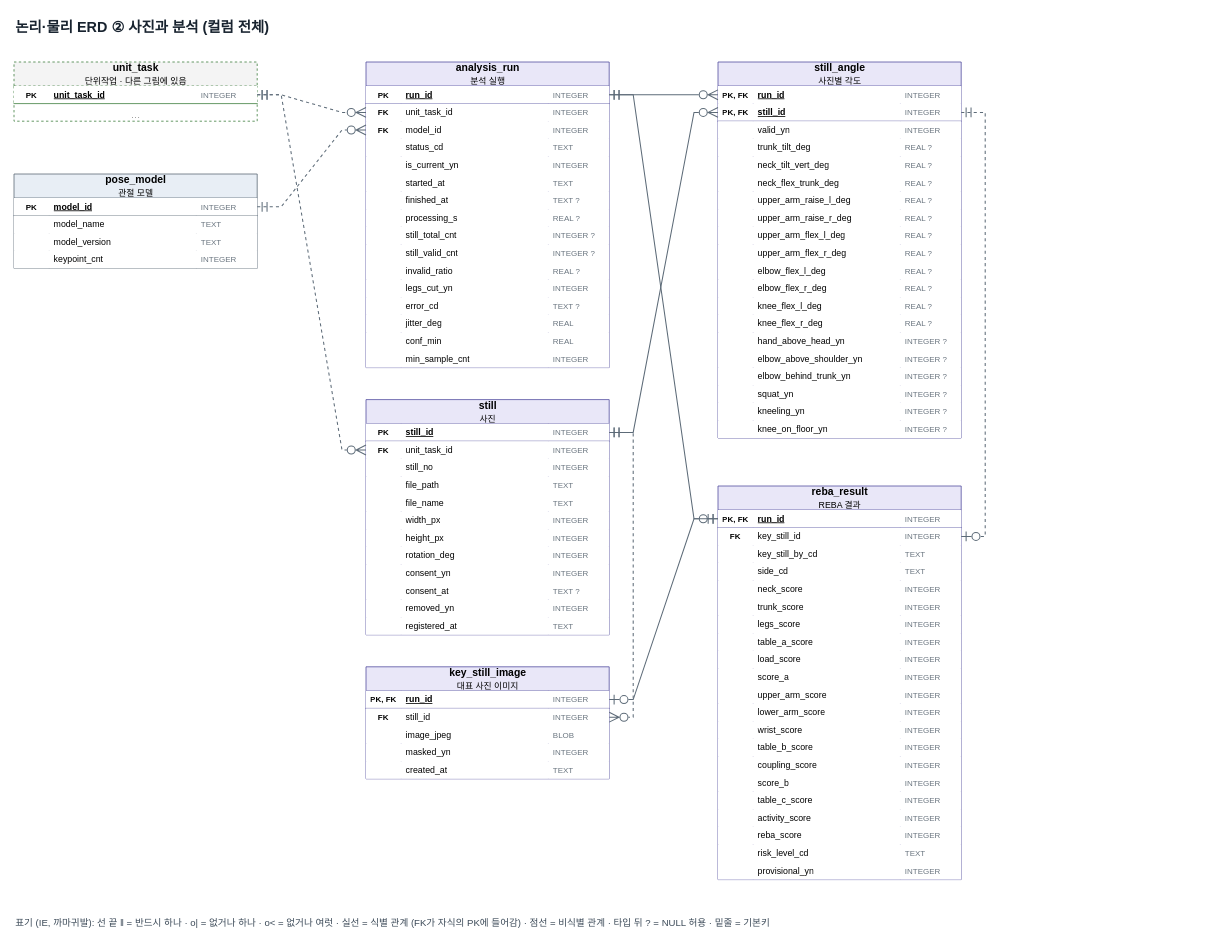
Above: page "3 사진과 분석" (4 of 5) of docs/ERD.drawio in LOCO-KOREA/LOCO (draw.io), before the change. Source tidied: cells renumbered, new cells numbered last; positions are measured from the earlier drawing's top-left corner, leaving out a move shared by most shapes. Both pictures are drawn from the tidied source at 80%, with x=0, y=0 at pixel (14, 14).
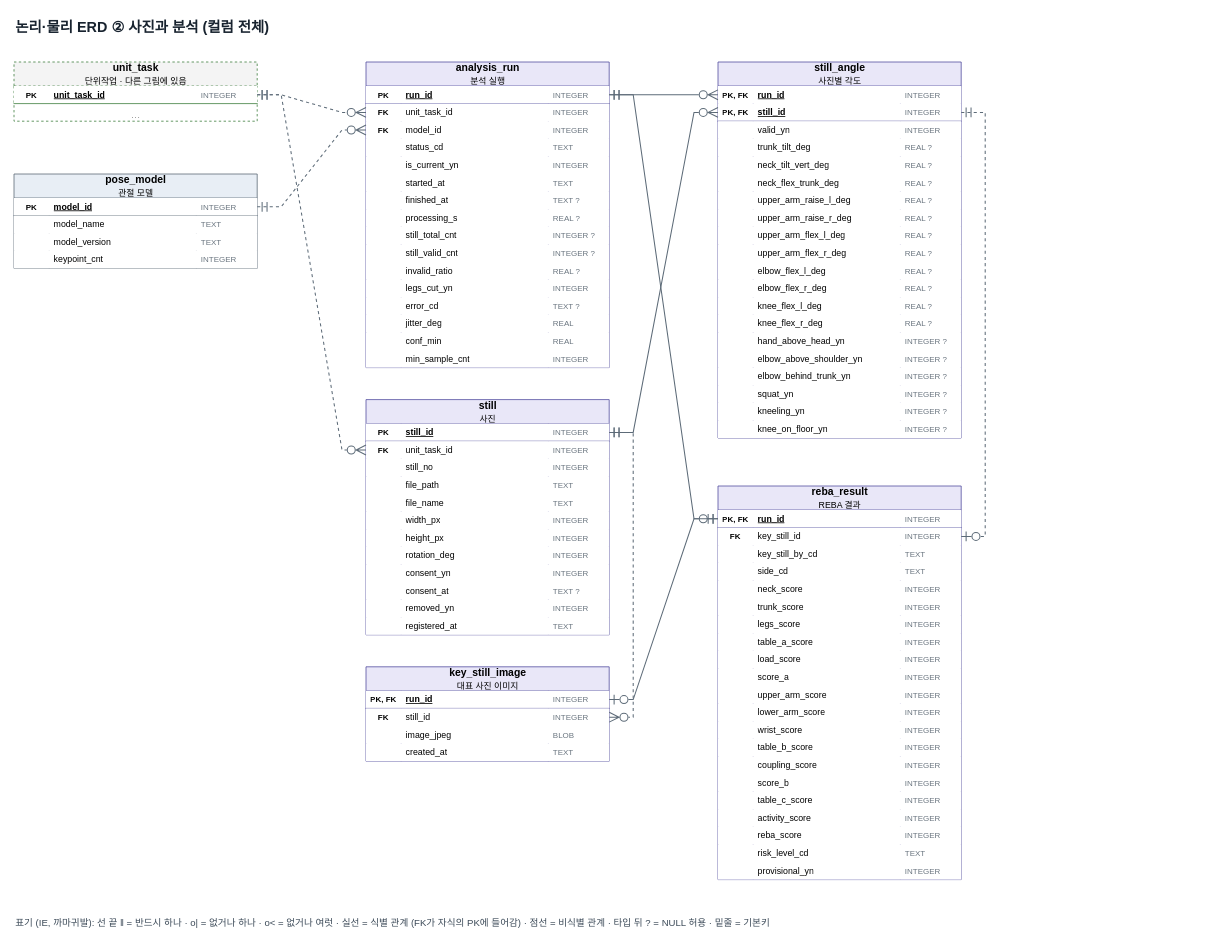
After the change.

What changed in the source:
```diff
@@
     <mxCell id="139" value="key_still_image&lt;br&gt;&lt;span style=&quot;font-weight:normal;font-size:11px&quot;&gt;대표 사진 이미지&lt;/span&gt;" style="shape=table;startSize=30;childLayout=tableLayout;rowLines=0;fontStyle=1;align=center;html=1;fillColor=#E9E7F8;strokeColor=#5550A0;fontSize=13;swimlaneFillColor=#FFFFFF;" parent="1" vertex="1">
-      <mxGeometry x="440" y="816" width="304" height="140" as="geometry" />
+      <mxGeometry x="440" y="816" width="304" height="118" as="geometry" />
     </mxCell>
@@
-    <mxCell id="152" style="shape=tableRow;horizontal=0;startSize=0;swimlaneHead=0;swimlaneBody=0;fillColor=#FFFFFF;top=0;left=0;right=0;bottom=0;html=1;strokeColor=#5550A0;" parent="139" vertex="1">
-      <mxGeometry y="96" width="304" height="22" as="geometry" />
-    </mxCell>
-    <mxCell id="153" style="shape=partialRectangle;fillColor=none;top=0;left=0;bottom=0;right=0;overflow=hidden;whiteSpace=wrap;html=1;fontStyle=1;fontSize=10;align=center;" parent="152" vertex="1">
-      <mxGeometry width="44" height="22" as="geometry" />
-    </mxCell>
-    <mxCell id="154" value="masked_yn" style="shape=partialRectangle;fillColor=none;top=0;left=0;bottom=0;right=0;overflow=hidden;whiteSpace=wrap;html=1;align=left;spacingLeft=4;fontSize=11;fontStyle=0;" parent="152" vertex="1">
-      <mxGeometry x="44" width="184" height="22" as="geometry" />
-    </mxCell>
-    <mxCell id="155" value="INTEGER" style="shape=partialRectangle;fillColor=none;top=0;left=0;bottom=0;right=0;overflow=hidden;whiteSpace=wrap;html=1;align=left;spacingLeft=4;fontSize=10;fontColor=#6B7680;" parent="152" vertex="1">
-      <mxGeometry x="228" width="76" height="22" as="geometry" />
-    </mxCell>
     <mxCell id="156" style="shape=tableRow;horizontal=0;startSize=0;swimlaneHead=0;swimlaneBody=0;fillColor=#FFFFFF;top=0;left=0;right=0;bottom=0;html=1;strokeColor=#5550A0;" parent="139" vertex="1">
-      <mxGeometry y="118" width="304" height="22" as="geometry" />
+      <mxGeometry y="96" width="304" height="22" as="geometry" />
     </mxCell>
```
